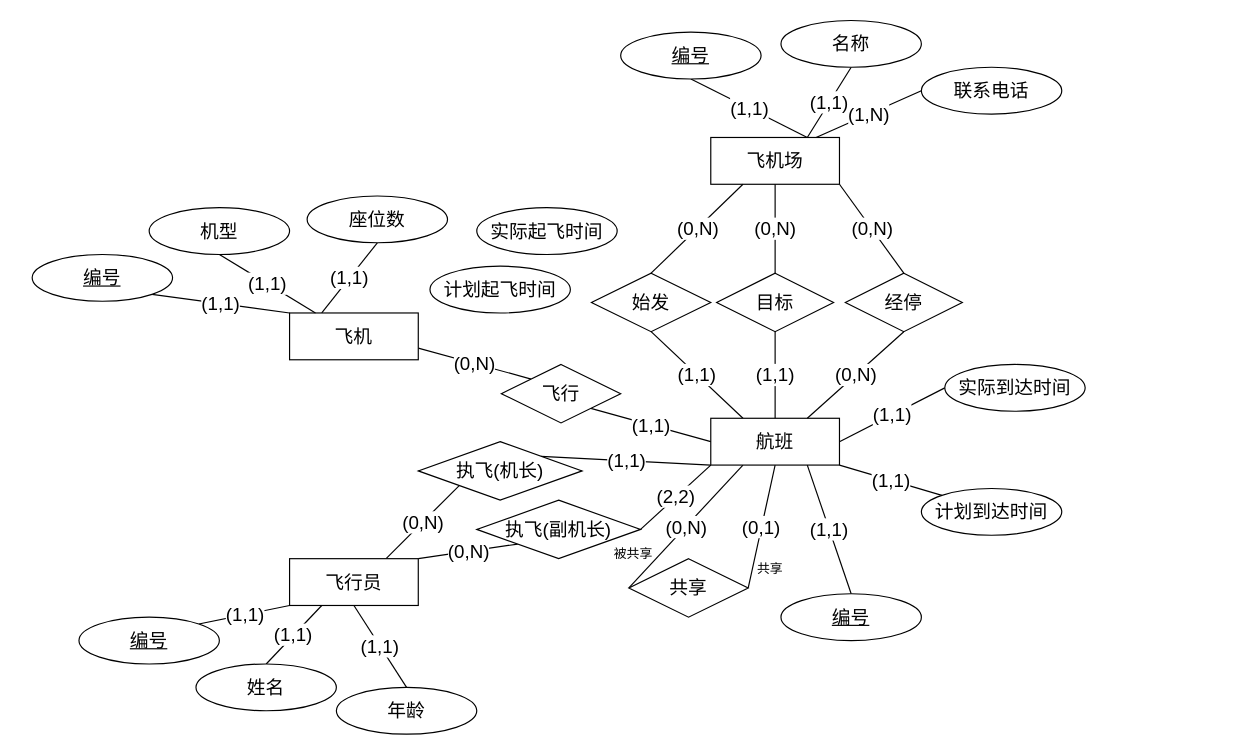
The draw.io diagram page "Airline System" (2 of 2) of Untitled Diagram.drawio in Kristoff-starling/ERDiagrams, before the edit. Source tidied: cells renumbered, new cells numbered last; positions are measured from the earlier drawing's top-left corner, leaving out a move shared by most shapes. Both pictures are drawn from the tidied source at 117%, with x=0, y=0 at pixel (32, 20).
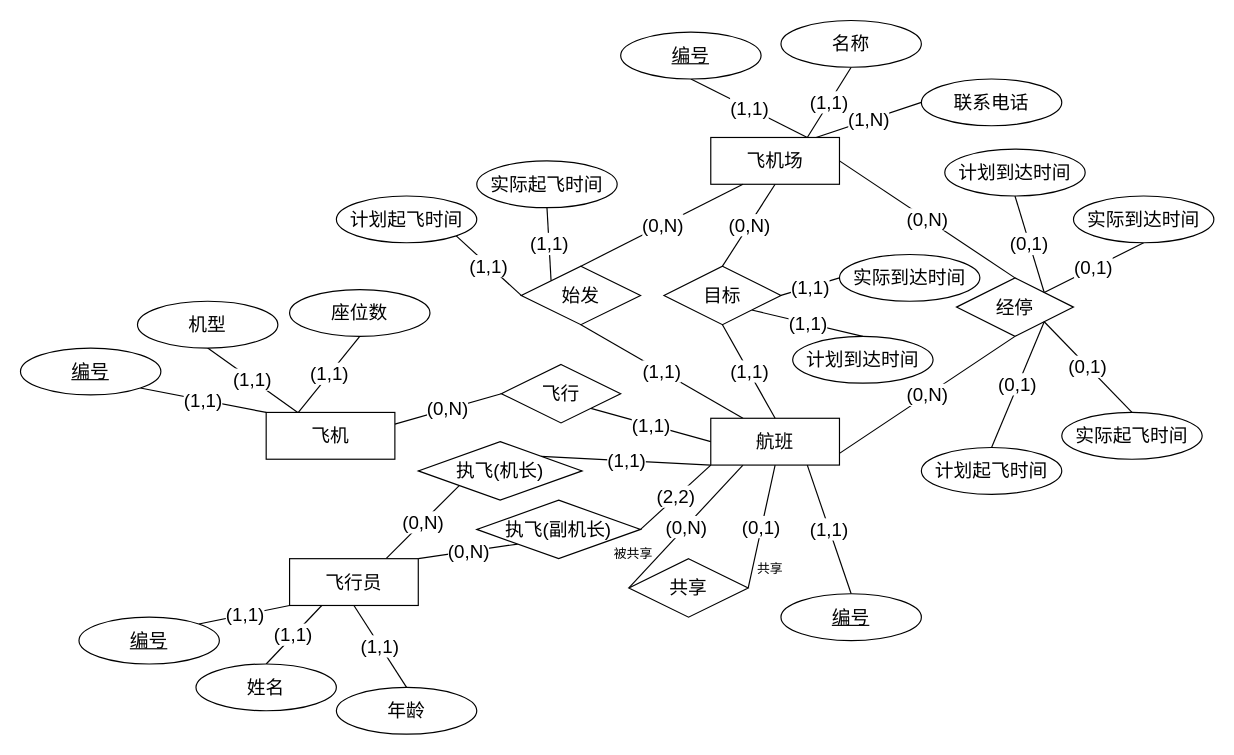
Above is the later version.

The change refers to these unchanged cells:
```xml
<mxCell id="20" value="飞机场" style="rounded=0;whiteSpace=wrap;html=1;fontFamily=Helvetica;fontSize=16;fontColor=default;" parent="1" vertex="1">
  <mxGeometry x="580" y="100" width="110" height="40" as="geometry" />
</mxCell>
<mxCell id="32" value="航班" style="rounded=0;whiteSpace=wrap;html=1;fontFamily=Helvetica;fontSize=16;fontColor=default;" parent="1" vertex="1">
  <mxGeometry x="580" y="340" width="110" height="40" as="geometry" />
</mxCell>
<mxCell id="47" value="飞行" style="rhombus;whiteSpace=wrap;html=1;fontFamily=Helvetica;fontSize=16;fontColor=default;" parent="1" vertex="1">
  <mxGeometry x="401" y="294" width="102" height="50" as="geometry" />
</mxCell>
```

Change to the diagram source:
```diff
@@
-    <mxCell id="3" value="&lt;font style=&quot;font-size: 16px;&quot;&gt;(0,N)&lt;/font&gt;" style="edgeStyle=none;shape=connector;rounded=0;jettySize=auto;html=1;exitX=1;exitY=0.75;exitDx=0;exitDy=0;entryX=0;entryY=0;entryDx=0;entryDy=0;labelBackgroundColor=default;strokeColor=default;fontFamily=Helvetica;fontSize=11;fontColor=default;endArrow=none;endFill=0;" parent="1" edge="1" source="4" target="47">
+    <mxCell id="3" value="&lt;font style=&quot;font-size: 16px;&quot;&gt;(0,N)&lt;/font&gt;" style="edgeStyle=none;shape=connector;rounded=0;jettySize=auto;html=1;exitX=1;exitY=0.25;exitDx=0;exitDy=0;entryX=0;entryY=0.5;entryDx=0;entryDy=0;labelBackgroundColor=default;strokeColor=default;fontFamily=Helvetica;fontSize=11;fontColor=default;endArrow=none;endFill=0;" parent="1" edge="1" source="4" target="47">
       <mxGeometry relative="1" as="geometry" />
     </mxCell>
     <mxCell id="4" value="飞机" style="rounded=0;whiteSpace=wrap;html=1;fontFamily=Helvetica;fontSize=16;fontColor=default;" parent="1" vertex="1">
-      <mxGeometry x="220" y="250" width="110" height="40" as="geometry" />
+      <mxGeometry x="200" y="335" width="110" height="40" as="geometry" />
     </mxCell>
@@
     <mxCell id="6" value="&lt;u&gt;编号&lt;/u&gt;" style="ellipse;whiteSpace=wrap;html=1;fontFamily=Helvetica;fontSize=16;fontColor=default;" parent="1" vertex="1">
-      <mxGeometry y="200" width="120" height="40" as="geometry" />
+      <mxGeometry x="-10" y="280" width="120" height="40" as="geometry" />
     </mxCell>
@@
     <mxCell id="8" value="机型" style="ellipse;whiteSpace=wrap;html=1;fontFamily=Helvetica;fontSize=16;fontColor=default;" parent="1" vertex="1">
-      <mxGeometry x="100" y="160" width="120" height="40" as="geometry" />
+      <mxGeometry x="90" y="240" width="120" height="40" as="geometry" />
     </mxCell>
     <mxCell id="9" value="座位数" style="ellipse;whiteSpace=wrap;html=1;fontFamily=Helvetica;fontSize=16;fontColor=default;" parent="1" vertex="1">
-      <mxGeometry x="235" y="150" width="120" height="40" as="geometry" />
+      <mxGeometry x="220" y="230" width="120" height="40" as="geometry" />
     </mxCell>
@@
-    <mxCell id="19" value="&lt;font style=&quot;font-size: 16px;&quot;&gt;(0,N)&lt;/font&gt;" style="rounded=0;jettySize=auto;html=1;exitX=1;exitY=1;exitDx=0;exitDy=0;endArrow=none;endFill=0;entryX=0.5;entryY=0;entryDx=0;entryDy=0;" parent="1" edge="1" source="20" target="41">
+    <mxCell id="19" value="&lt;font style=&quot;font-size: 16px;&quot;&gt;(0,N)&lt;/font&gt;" style="rounded=0;jettySize=auto;html=1;exitX=1;exitY=0.5;exitDx=0;exitDy=0;endArrow=none;endFill=0;entryX=0.5;entryY=0;entryDx=0;entryDy=0;" parent="1" edge="1" source="20" target="41">
       <mxGeometry relative="1" as="geometry" />
     </mxCell>
@@
     <mxCell id="26" value="联系电话" style="ellipse;whiteSpace=wrap;html=1;fontFamily=Helvetica;fontSize=16;fontColor=default;" parent="1" vertex="1">
-      <mxGeometry x="760" y="40" width="120" height="40" as="geometry" />
+      <mxGeometry x="760" y="50" width="120" height="40" as="geometry" />
     </mxCell>
@@
-    <mxCell id="28" value="(1,1)" style="edgeStyle=none;shape=connector;rounded=0;jettySize=auto;html=1;exitX=1;exitY=1;exitDx=0;exitDy=0;entryX=0;entryY=0;entryDx=0;entryDy=0;labelBackgroundColor=default;strokeColor=default;fontFamily=Helvetica;fontSize=16;fontColor=default;endArrow=none;endFill=0;" parent="1" edge="1" source="32" target="43">
-      <mxGeometry relative="1" as="geometry" />
-    </mxCell>
-    <mxCell id="29" value="(1,1)" style="edgeStyle=none;shape=connector;rounded=0;jettySize=auto;html=1;exitX=1;exitY=0.5;exitDx=0;exitDy=0;entryX=0;entryY=0.5;entryDx=0;entryDy=0;labelBackgroundColor=default;strokeColor=default;fontFamily=Helvetica;fontSize=16;fontColor=default;endArrow=none;endFill=0;" parent="1" edge="1" source="32" target="45">
-      <mxGeometry relative="1" as="geometry" />
-    </mxCell>
@@
     <mxCell id="36" value="始发" style="rhombus;whiteSpace=wrap;html=1;fontFamily=Helvetica;fontSize=16;fontColor=default;" parent="1" vertex="1">
-      <mxGeometry x="478" y="216" width="102" height="50" as="geometry" />
+      <mxGeometry x="418" y="210" width="102" height="50" as="geometry" />
     </mxCell>
@@
+    <mxCell id="55" value="(1,1)" style="edgeStyle=none;rounded=0;jettySize=auto;html=1;exitX=1;exitY=1;exitDx=0;exitDy=0;entryX=0.5;entryY=0;entryDx=0;entryDy=0;fontSize=16;endArrow=none;endFill=0;" parent="1" edge="1" source="39" target="43">
+      <mxGeometry relative="1" as="geometry" />
+    </mxCell>
+    <mxCell id="56" value="(1,1)" style="edgeStyle=none;rounded=0;jettySize=auto;html=1;exitX=1;exitY=0.5;exitDx=0;exitDy=0;entryX=0;entryY=0.5;entryDx=0;entryDy=0;fontSize=16;endArrow=none;endFill=0;" parent="1" edge="1" source="39" target="45">
+      <mxGeometry relative="1" as="geometry" />
+    </mxCell>
     <mxCell id="39" value="目标" style="rhombus;whiteSpace=wrap;html=1;fontFamily=Helvetica;fontSize=16;fontColor=default;" parent="1" vertex="1">
-      <mxGeometry x="585" y="216" width="100" height="50" as="geometry" />
+      <mxGeometry x="540" y="210" width="100" height="50" as="geometry" />
     </mxCell>
-    <mxCell id="40" value="(0,N)" style="edgeStyle=none;shape=connector;rounded=0;jettySize=auto;html=1;exitX=0.5;exitY=1;exitDx=0;exitDy=0;entryX=0.75;entryY=0;entryDx=0;entryDy=0;labelBackgroundColor=default;strokeColor=default;fontFamily=Helvetica;fontSize=16;fontColor=default;endArrow=none;endFill=0;" parent="1" edge="1" source="41" target="32">
+    <mxCell id="40" value="(0,N)" style="edgeStyle=none;shape=connector;rounded=0;jettySize=auto;html=1;exitX=0.5;exitY=1;exitDx=0;exitDy=0;entryX=1;entryY=0.75;entryDx=0;entryDy=0;labelBackgroundColor=default;strokeColor=default;fontFamily=Helvetica;fontSize=16;fontColor=default;endArrow=none;endFill=0;" parent="1" edge="1" source="41" target="32">
       <mxGeometry relative="1" as="geometry" />
     </mxCell>
     <mxCell id="41" value="经停" style="rhombus;whiteSpace=wrap;html=1;fontFamily=Helvetica;fontSize=16;fontColor=default;" parent="1" vertex="1">
-      <mxGeometry x="695" y="216" width="100" height="50" as="geometry" />
+      <mxGeometry x="790" y="220" width="100" height="50" as="geometry" />
     </mxCell>
+    <mxCell id="57" value="(1,1)" style="rounded=0;jettySize=auto;html=1;exitX=1;exitY=1;exitDx=0;exitDy=0;entryX=0;entryY=0.5;entryDx=0;entryDy=0;endArrow=none;endFill=0;fontSize=16;" parent="1" edge="1" source="42" target="36">
+      <mxGeometry relative="1" as="geometry" />
+    </mxCell>
     <mxCell id="42" value="计划起飞时间" style="ellipse;whiteSpace=wrap;html=1;fontFamily=Helvetica;fontSize=16;fontColor=default;" parent="1" vertex="1">
-      <mxGeometry x="340" y="210" width="120" height="40" as="geometry" />
+      <mxGeometry x="260" y="150" width="120" height="40" as="geometry" />
     </mxCell>
     <mxCell id="43" value="计划到达时间" style="ellipse;whiteSpace=wrap;html=1;fontFamily=Helvetica;fontSize=16;fontColor=default;" parent="1" vertex="1">
-      <mxGeometry x="760" y="400" width="120" height="40" as="geometry" />
+      <mxGeometry x="650" y="270" width="120" height="40" as="geometry" />
     </mxCell>
+    <mxCell id="58" value="(1,1)" style="edgeStyle=none;rounded=0;jettySize=auto;html=1;exitX=0.5;exitY=1;exitDx=0;exitDy=0;entryX=0;entryY=0;entryDx=0;entryDy=0;fontSize=16;endArrow=none;endFill=0;" parent="1" edge="1" source="44" target="36">
+      <mxGeometry relative="1" as="geometry" />
+    </mxCell>
     <mxCell id="44" value="实际起飞时间" style="ellipse;whiteSpace=wrap;html=1;fontFamily=Helvetica;fontSize=16;fontColor=default;" parent="1" vertex="1">
-      <mxGeometry x="380" y="160" width="120" height="40" as="geometry" />
+      <mxGeometry x="380" y="120" width="120" height="40" as="geometry" />
     </mxCell>
     <mxCell id="45" value="实际到达时间" style="ellipse;whiteSpace=wrap;html=1;fontFamily=Helvetica;fontSize=16;fontColor=default;" parent="1" vertex="1">
-      <mxGeometry x="780" y="294" width="120" height="40" as="geometry" />
+      <mxGeometry x="690" y="200" width="120" height="40" as="geometry" />
     </mxCell>
@@
+    <mxCell id="59" value="(0,1)" style="edgeStyle=none;rounded=0;jettySize=auto;html=1;exitX=0.5;exitY=0;exitDx=0;exitDy=0;entryX=1;entryY=1;entryDx=0;entryDy=0;fontSize=16;endArrow=none;endFill=0;" parent="1" edge="1" source="60" target="41">
+      <mxGeometry relative="1" as="geometry" />
+    </mxCell>
+    <mxCell id="60" value="计划起飞时间" style="ellipse;whiteSpace=wrap;html=1;fontFamily=Helvetica;fontSize=16;fontColor=default;" parent="1" vertex="1">
+      <mxGeometry x="760" y="365" width="120" height="40" as="geometry" />
+    </mxCell>
+    <mxCell id="61" value="(0,1)" style="edgeStyle=none;rounded=0;jettySize=auto;html=1;exitX=0.5;exitY=0;exitDx=0;exitDy=0;entryX=1;entryY=1;entryDx=0;entryDy=0;fontSize=16;endArrow=none;endFill=0;" parent="1" edge="1" source="62" target="41">
+      <mxGeometry relative="1" as="geometry" />
+    </mxCell>
+    <mxCell id="62" value="实际起飞时间" style="ellipse;whiteSpace=wrap;html=1;fontFamily=Helvetica;fontSize=16;fontColor=default;" parent="1" vertex="1">
+      <mxGeometry x="880" y="335" width="120" height="40" as="geometry" />
+    </mxCell>
+    <mxCell id="63" value="(0,1)" style="edgeStyle=none;rounded=0;jettySize=auto;html=1;exitX=0.5;exitY=1;exitDx=0;exitDy=0;entryX=1;entryY=0;entryDx=0;entryDy=0;fontSize=16;endArrow=none;endFill=0;" parent="1" edge="1" source="64" target="41">
+      <mxGeometry relative="1" as="geometry" />
+    </mxCell>
+    <mxCell id="64" value="计划到达时间" style="ellipse;whiteSpace=wrap;html=1;fontFamily=Helvetica;fontSize=16;fontColor=default;" parent="1" vertex="1">
+      <mxGeometry x="780" y="110" width="120" height="40" as="geometry" />
+    </mxCell>
+    <mxCell id="65" value="(0,1)" style="edgeStyle=none;rounded=0;jettySize=auto;html=1;exitX=0.5;exitY=1;exitDx=0;exitDy=0;entryX=1;entryY=0;entryDx=0;entryDy=0;fontSize=16;endArrow=none;endFill=0;" parent="1" edge="1" source="66" target="41">
+      <mxGeometry relative="1" as="geometry" />
+    </mxCell>
+    <mxCell id="66" value="实际到达时间" style="ellipse;whiteSpace=wrap;html=1;fontFamily=Helvetica;fontSize=16;fontColor=default;" parent="1" vertex="1">
+      <mxGeometry x="890" y="150" width="120" height="40" as="geometry" />
+    </mxCell>
```
